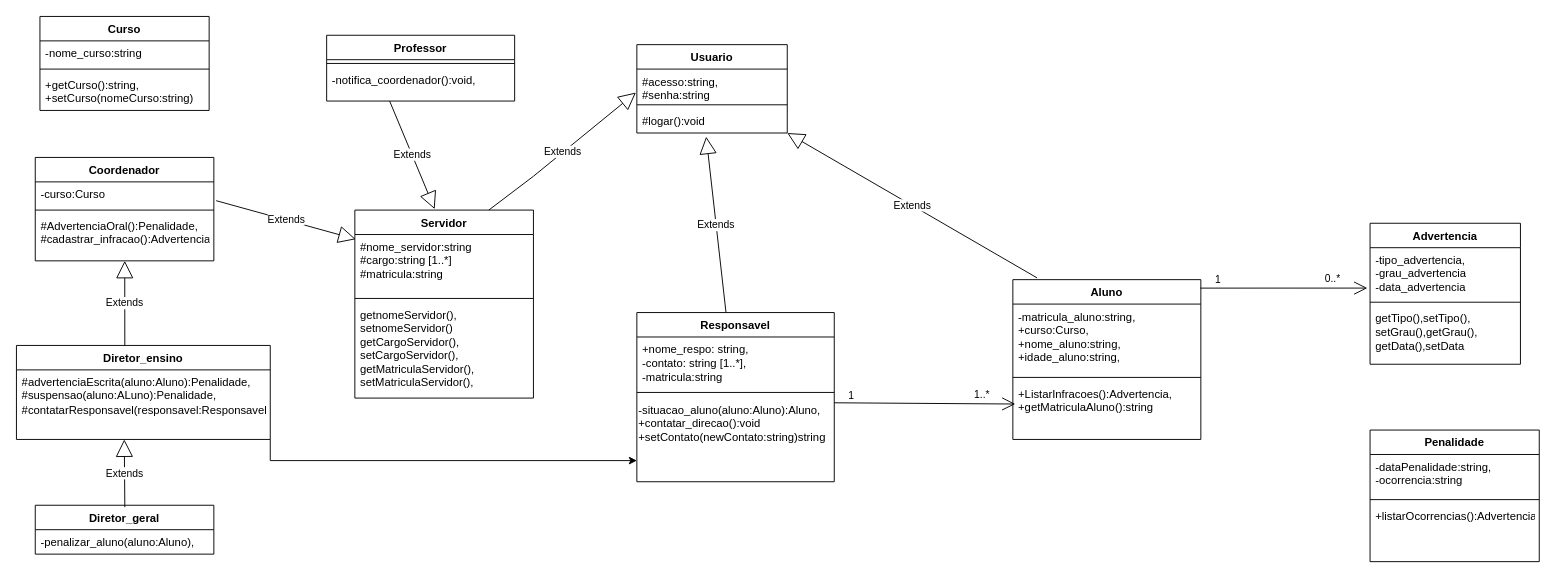
Above: identificaçãoclaasesemetodos.drawio in Gringol07/Problema.suap (draw.io), before the change. Source tidied: cells renumbered, new cells numbered last; positions are measured from the earlier drawing's top-left corner, leaving out a move shared by most shapes. Both pictures are drawn from the tidied source at 94%, with x=0, y=0 at pixel (16, 16).
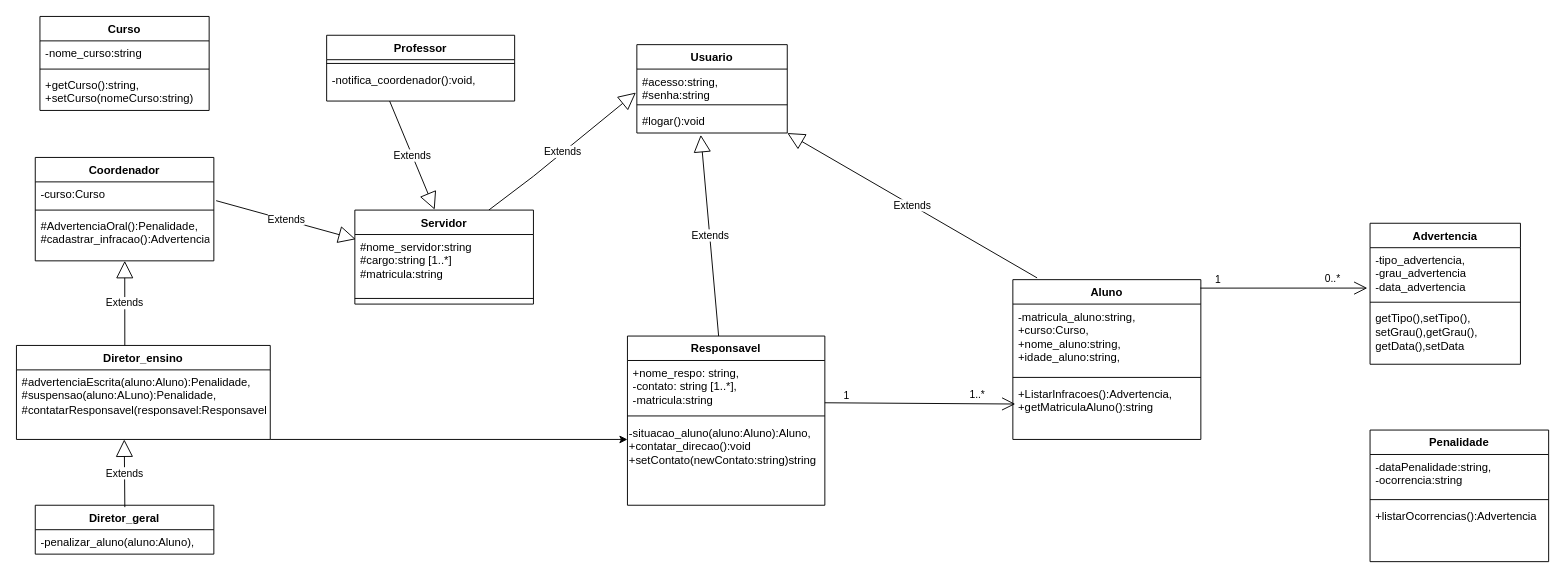
After the change.

The change refers to these unchanged cells:
```xml
<mxCell id="3" value="&lt;div&gt;+nome_respo: string,&lt;/div&gt;&lt;div&gt;-contato: string [1..*],&lt;/div&gt;&lt;div&gt;-matricula:string&lt;/div&gt;" style="text;strokeColor=none;fillColor=none;align=left;verticalAlign=top;spacingLeft=4;spacingRight=4;overflow=hidden;points=[[0,0.5],[1,0.5]];portConstraint=eastwest;whiteSpace=wrap;html=1;" parent="2" vertex="1">
  <mxGeometry y="26" width="210" height="54" as="geometry" />
</mxCell>
<mxCell id="5" value="&lt;div&gt;-situacao_aluno(aluno:Aluno):Aluno,&lt;/div&gt;&lt;div&gt;+contatar_direcao():void&lt;/div&gt;&lt;div&gt;+setContato(newContato:string)string&lt;/div&gt;&lt;div&gt;&lt;br&gt;&lt;/div&gt;" style="text;whiteSpace=wrap;html=1;" parent="2" vertex="1">
  <mxGeometry y="90" width="210" height="90" as="geometry" />
</mxCell>
<mxCell id="13" value="&lt;div&gt;+ListarInfracoes():Advertencia,&lt;/div&gt;&lt;div&gt;+getMatriculaAluno():string&lt;/div&gt;" style="text;strokeColor=none;fillColor=none;align=left;verticalAlign=top;spacingLeft=4;spacingRight=4;overflow=hidden;points=[[0,0.5],[1,0.5]];portConstraint=eastwest;whiteSpace=wrap;html=1;" parent="10" vertex="1">
  <mxGeometry y="108" width="200" height="62" as="geometry" />
</mxCell>
<mxCell id="17" value="#logar():void" style="text;strokeColor=none;fillColor=none;align=left;verticalAlign=top;spacingLeft=4;spacingRight=4;overflow=hidden;points=[[0,0.5],[1,0.5]];portConstraint=eastwest;whiteSpace=wrap;html=1;" parent="14" vertex="1">
  <mxGeometry y="68" width="160" height="26" as="geometry" />
</mxCell>
<mxCell id="44" value="Diretor_ensino" style="swimlane;fontStyle=1;align=center;verticalAlign=top;horizontal=1;startSize=26;whiteSpace=wrap;html=1;" parent="1" vertex="1">
  <mxGeometry y="350" width="270" height="100" as="geometry" />
</mxCell>
```

What changed in the source:
```diff
@@
     <mxCell id="2" value="Responsavel" style="swimlane;fontStyle=1;align=center;verticalAlign=top;horizontal=1;startSize=26;whiteSpace=wrap;html=1;" parent="1" vertex="1">
-      <mxGeometry x="660" y="315" width="210" height="180" as="geometry" />
+      <mxGeometry x="650" y="340" width="210" height="180" as="geometry" />
     </mxCell>
@@
     <mxCell id="6" value="&lt;div&gt;Penalidade&lt;/div&gt;" style="swimlane;fontStyle=1;align=center;verticalAlign=top;horizontal=1;startSize=26;whiteSpace=wrap;html=1;" parent="1" vertex="1">
-      <mxGeometry x="1440" y="440" width="180" height="140" as="geometry" />
+      <mxGeometry x="1440" y="440" width="190" height="140" as="geometry" />
     </mxCell>
     <mxCell id="7" value="&lt;div&gt;-dataPenalidade:string,&lt;/div&gt;&lt;div&gt;-ocorrencia:string&lt;/div&gt;" style="text;strokeColor=none;fillColor=none;align=left;verticalAlign=top;spacingLeft=4;spacingRight=4;overflow=hidden;whiteSpace=wrap;html=1;" parent="6" vertex="1">
-      <mxGeometry y="26" width="180" height="44" as="geometry" />
+      <mxGeometry y="26" width="190" height="44" as="geometry" />
     </mxCell>
     <mxCell id="8" style="line;strokeWidth=1;fillColor=none;align=left;verticalAlign=middle;spacingTop=-1;spacingLeft=3;spacingRight=3;labelPosition=right;strokeColor=inherit;" parent="6" vertex="1">
-      <mxGeometry y="70" width="180" height="8" as="geometry" />
+      <mxGeometry y="70" width="190" height="8" as="geometry" />
     </mxCell>
-    <mxCell id="9" value="+listarOcorrencias():Advertencia" style="text;strokeColor=none;fillColor=none;align=left;verticalAlign=top;spacingLeft=4;spacingRight=4;overflow=hidden;whiteSpace=wrap;html=1;" parent="6" vertex="1">
-      <mxGeometry y="78" width="180" height="62" as="geometry" />
+    <mxCell id="9" value="&lt;div&gt;+listarOcorrencias():Advertencia&lt;/div&gt;&lt;div&gt;&lt;br&gt;&lt;/div&gt;" style="text;strokeColor=none;fillColor=none;align=left;verticalAlign=top;spacingLeft=4;spacingRight=4;overflow=hidden;whiteSpace=wrap;html=1;" parent="6" vertex="1">
+      <mxGeometry y="78" width="190" height="62" as="geometry" />
     </mxCell>
@@
-    <mxCell id="28" value="Extends" style="endArrow=block;endSize=16;endFill=0;html=1;rounded=0;entryX=0.461;entryY=1.15;entryDx=0;entryDy=0;entryPerimeter=0;" parent="1" edge="1" source="2" target="17">
+    <mxCell id="28" value="Extends" style="endArrow=block;endSize=16;endFill=0;html=1;rounded=0;entryX=0.425;entryY=1.077;entryDx=0;entryDy=0;entryPerimeter=0;" parent="1" edge="1" source="2" target="17">
       <mxGeometry relative="1" as="geometry" />
     </mxCell>
     <mxCell id="29" value="Servidor" style="swimlane;fontStyle=1;align=center;verticalAlign=top;horizontal=1;startSize=26;whiteSpace=wrap;html=1;" parent="1" vertex="1">
-      <mxGeometry x="360" y="206" width="190" height="200" as="geometry" />
+      <mxGeometry x="360" y="206" width="190" height="100" as="geometry" />
     </mxCell>
@@
-    <mxCell id="32" value="&lt;div&gt;getnomeServidor(),&lt;/div&gt;&lt;div&gt;setnomeServidor()&lt;/div&gt;&lt;div&gt;getCargoServidor(),&lt;/div&gt;&lt;div&gt;setCargoServidor(),&lt;/div&gt;&lt;div&gt;getMatriculaServidor(),&lt;/div&gt;&lt;div&gt;setMatriculaServidor(),&lt;/div&gt;" style="text;strokeColor=none;fillColor=none;align=left;verticalAlign=top;spacingLeft=4;spacingRight=4;overflow=hidden;whiteSpace=wrap;html=1;" parent="29" vertex="1">
-      <mxGeometry y="98" width="190" height="102" as="geometry" />
+    <mxCell id="32" value="&lt;div&gt;&lt;br&gt;&lt;/div&gt;" style="text;strokeColor=none;fillColor=none;align=left;verticalAlign=top;spacingLeft=4;spacingRight=4;overflow=hidden;whiteSpace=wrap;html=1;" parent="29" vertex="1">
+      <mxGeometry y="98" width="190" height="2" as="geometry" />
     </mxCell>
@@
-    <mxCell id="43" style="edgeStyle=orthogonalEdgeStyle;rounded=0;jettySize=auto;html=1;exitX=1;exitY=1;exitDx=0;exitDy=0;entryX=0;entryY=0.75;entryDx=0;entryDy=0;" parent="1" edge="1" source="44" target="5">
-      <mxGeometry relative="1" as="geometry" />
+    <mxCell id="43" style="edgeStyle=orthogonalEdgeStyle;rounded=0;jettySize=auto;html=1;exitX=1;exitY=1;exitDx=0;exitDy=0;" parent="1" edge="1" source="44">
+      <mxGeometry relative="1" as="geometry">
+        <mxPoint x="650" y="450" as="targetPoint" />
+        <Array as="points">
+          <mxPoint x="640" y="450" />
+          <mxPoint x="640" y="450" />
+        </Array>
+      </mxGeometry>
     </mxCell>
@@
-    <mxCell id="49" style="endArrow=open;endFill=1;endSize=12;html=1;rounded=0;entryX=0.013;entryY=0.392;entryDx=0;entryDy=0;entryPerimeter=0;" parent="1" edge="1" target="13">
-      <mxGeometry relative="1" as="geometry">
-        <mxPoint x="870" y="411" as="sourcePoint" />
-      </mxGeometry>
+    <mxCell id="49" style="endArrow=open;endFill=1;endSize=12;html=1;rounded=0;entryX=0.013;entryY=0.392;entryDx=0;entryDy=0;entryPerimeter=0;exitX=1;exitY=0.833;exitDx=0;exitDy=0;exitPerimeter=0;" parent="1" edge="1" source="3" target="13">
+      <mxGeometry relative="1" as="geometry" />
     </mxCell>
```
